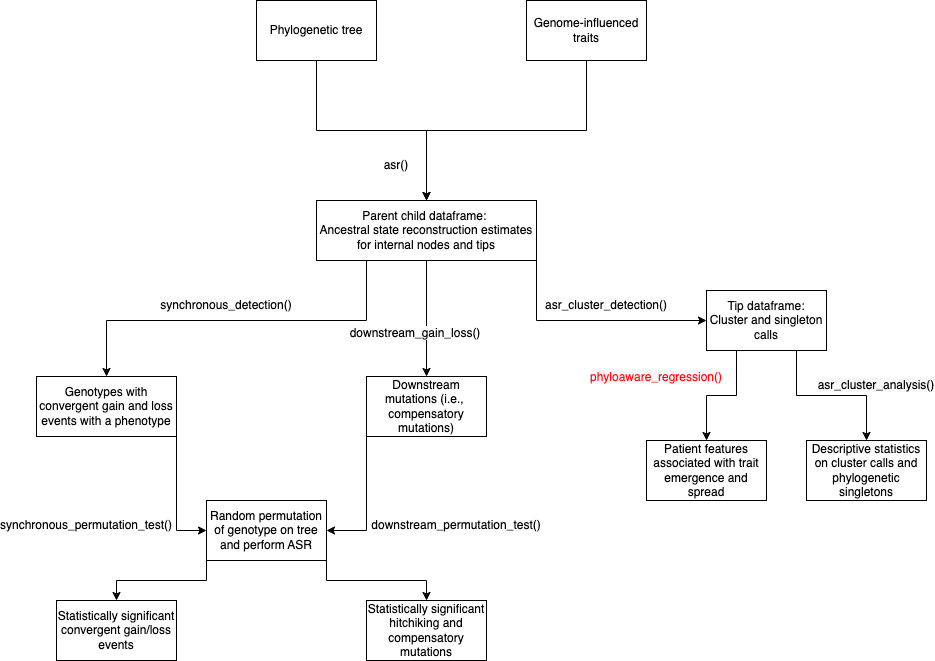
This is design_documents/Phylosuite.drawio.png from kylegontjes/phyloAMR, a draw.io export, as it was before one commit. Source tidied: cells renumbered, new cells last; positions are measured from the earlier drawing's top-left corner, leaving out a move shared by most shapes.
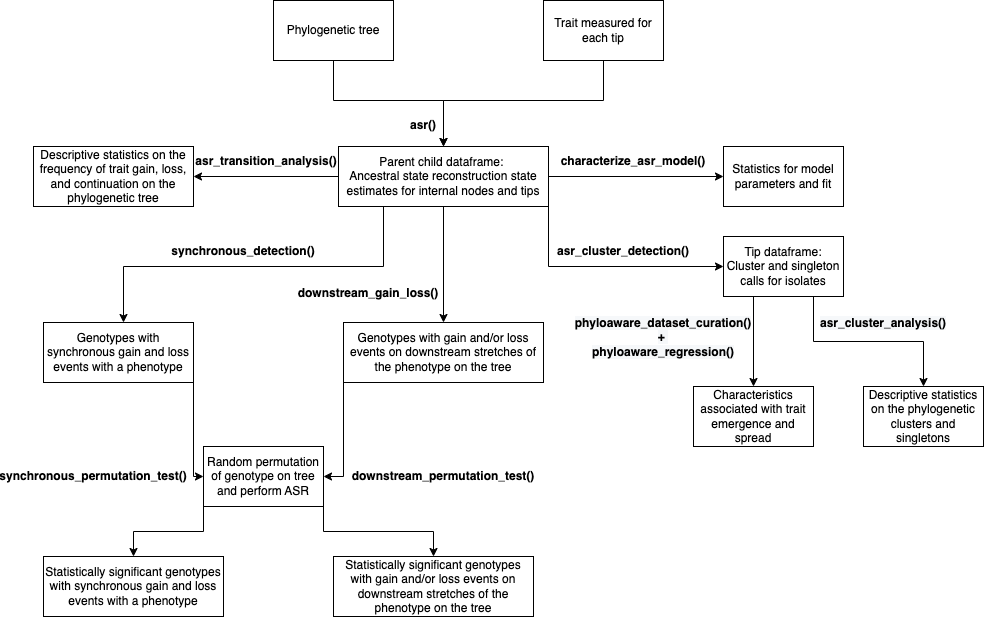
The same file after the commit.

Diff of the diagram source:
```diff
@@ -3,7 +3,12 @@
     <mxCell id="0" />
     <mxCell id="1" parent="0" />
     <mxCell id="2" style="edgeStyle=orthogonalEdgeStyle;rounded=0;jettySize=auto;html=1;exitX=0.5;exitY=1;exitDx=0;exitDy=0;" parent="1" edge="1" source="3" target="7">
-      <mxGeometry relative="1" as="geometry" />
+      <mxGeometry relative="1" as="geometry">
+        <Array as="points">
+          <mxPoint x="280" y="100" />
+          <mxPoint x="390" y="100" />
+        </Array>
+      </mxGeometry>
     </mxCell>
     <mxCell id="3" value="Phylogenetic tree" style="rounded=0;whiteSpace=wrap;html=1;" parent="1" vertex="1">
       <mxGeometry x="220" width="120" height="60" as="geometry" />
@@ -14,71 +19,82 @@
     <mxCell id="5" style="edgeStyle=orthogonalEdgeStyle;rounded=0;jettySize=auto;html=1;exitX=0;exitY=1;exitDx=0;exitDy=0;" parent="1" edge="1" source="7" target="12">
       <mxGeometry relative="1" as="geometry">
         <Array as="points">
-          <mxPoint x="330" y="320" />
-          <mxPoint x="70" y="320" />
+          <mxPoint x="330" y="266" />
+          <mxPoint x="70" y="266" />
         </Array>
       </mxGeometry>
     </mxCell>
     <mxCell id="6" style="edgeStyle=orthogonalEdgeStyle;rounded=0;jettySize=auto;html=1;exitX=0.5;exitY=1;exitDx=0;exitDy=0;" parent="1" edge="1" source="7" target="17">
       <mxGeometry relative="1" as="geometry" />
     </mxCell>
+    <mxCell id="32" style="edgeStyle=orthogonalEdgeStyle;rounded=0;jettySize=auto;html=1;" parent="1" edge="1" source="7" target="34">
+      <mxGeometry relative="1" as="geometry" />
+    </mxCell>
+    <mxCell id="33" style="edgeStyle=orthogonalEdgeStyle;rounded=0;jettySize=auto;html=1;" parent="1" edge="1" source="7" target="36">
+      <mxGeometry relative="1" as="geometry" />
+    </mxCell>
-    <mxCell id="7" value="Parent child dataframe:&amp;nbsp;&lt;div&gt;Ancestral state reconstruction estimates for internal nodes and tips&lt;/div&gt;" style="rounded=0;whiteSpace=wrap;html=1;" parent="1" vertex="1">
-      <mxGeometry x="280" y="200" width="220" height="60" as="geometry" />
+    <mxCell id="7" value="Parent child dataframe:&amp;nbsp;&lt;div&gt;Ancestral state reconstruction state estimates for internal nodes and tips&lt;/div&gt;" style="rounded=0;whiteSpace=wrap;html=1;" parent="1" vertex="1">
+      <mxGeometry x="285" y="146" width="210" height="60" as="geometry" />
     </mxCell>
-    <mxCell id="8" value="asr()" style="text;strokeColor=none;align=center;fillColor=none;html=1;verticalAlign=middle;whiteSpace=wrap;rounded=0;" parent="1" vertex="1">
-      <mxGeometry x="330" y="150" width="60" height="30" as="geometry" />
+    <mxCell id="8" value="asr()" style="text;strokeColor=none;align=center;fillColor=none;html=1;verticalAlign=middle;whiteSpace=wrap;rounded=0;fontStyle=1;" parent="1" vertex="1">
+      <mxGeometry x="340" y="110" width="60" height="30" as="geometry" />
     </mxCell>
-    <mxCell id="9" value="Descriptive statistics on cluster calls and phylogenetic singletons" style="rounded=0;whiteSpace=wrap;html=1;" parent="1" vertex="1">
-      <mxGeometry x="770" y="440" width="120" height="60" as="geometry" />
+    <mxCell id="9" value="Descriptive statistics on the phylogenetic clusters and singletons" style="rounded=0;whiteSpace=wrap;html=1;" parent="1" vertex="1">
+      <mxGeometry x="810" y="386" width="120" height="60" as="geometry" />
     </mxCell>
-    <mxCell id="10" value="asr_cluster_detection()" style="text;strokeColor=none;align=center;fillColor=none;html=1;verticalAlign=middle;whiteSpace=wrap;rounded=0;" parent="1" vertex="1">
-      <mxGeometry x="540" y="290" width="60" height="30" as="geometry" />
+    <mxCell id="10" value="asr_cluster_detection()" style="text;strokeColor=none;align=center;fillColor=none;html=1;verticalAlign=middle;whiteSpace=wrap;rounded=0;fontStyle=1;" parent="1" vertex="1">
+      <mxGeometry x="540" y="236" width="60" height="30" as="geometry" />
     </mxCell>
     <mxCell id="11" style="edgeStyle=orthogonalEdgeStyle;rounded=0;jettySize=auto;html=1;exitX=1;exitY=1;exitDx=0;exitDy=0;entryX=0;entryY=0.5;entryDx=0;entryDy=0;" parent="1" edge="1" source="12" target="27">
       <mxGeometry relative="1" as="geometry">
         <Array as="points">
-          <mxPoint x="140" y="530" />
+          <mxPoint x="140" y="476" />
         </Array>
       </mxGeometry>
     </mxCell>
-    <mxCell id="12" value="Genotypes with convergent gain and loss events with a phenotype" style="rounded=0;whiteSpace=wrap;html=1;textDirection=ltr;horizontal=1;verticalAlign=middle;" parent="1" vertex="1">
-      <mxGeometry y="376" width="140" height="60" as="geometry" />
+    <mxCell id="12" value="Genotypes with synchronous gain and loss events with a phenotype" style="rounded=0;whiteSpace=wrap;html=1;textDirection=ltr;horizontal=1;verticalAlign=middle;" parent="1" vertex="1">
+      <mxGeometry x="-10" y="322" width="150" height="60" as="geometry" />
     </mxCell>
-    <mxCell id="13" value="&lt;span style=&quot;text-align: start; background-color: rgb(255, 255, 255);&quot;&gt;&lt;font style=&quot;color: rgb(0, 0, 0);&quot; face=&quot;Helvetica&quot;&gt;synchronous_detection()&lt;/font&gt;&lt;/span&gt;" style="text;strokeColor=none;align=center;fillColor=none;html=1;verticalAlign=middle;whiteSpace=wrap;rounded=0;fontColor=#FF0000;" parent="1" vertex="1">
-      <mxGeometry x="160" y="290" width="60" height="30" as="geometry" />
+    <mxCell id="13" value="&lt;span style=&quot;text-align: start; background-color: rgb(255, 255, 255);&quot;&gt;&lt;font face=&quot;Helvetica&quot; style=&quot;color: rgb(0, 0, 0);&quot;&gt;synchronous_detection()&lt;/font&gt;&lt;/span&gt;" style="text;strokeColor=none;align=center;fillColor=none;html=1;verticalAlign=middle;whiteSpace=wrap;rounded=0;fontColor=#FF0000;fontStyle=1;" parent="1" vertex="1">
+      <mxGeometry x="160" y="236" width="60" height="30" as="geometry" />
     </mxCell>
-    <mxCell id="14" value="Patient features associated with trait emergence and spread" style="rounded=0;whiteSpace=wrap;html=1;" parent="1" vertex="1">
-      <mxGeometry x="610" y="440" width="120" height="60" as="geometry" />
+    <mxCell id="14" value="Characteristics associated with trait emergence and spread" style="rounded=0;whiteSpace=wrap;html=1;" parent="1" vertex="1">
+      <mxGeometry x="640" y="386" width="120" height="60" as="geometry" />
     </mxCell>
-    <mxCell id="15" value="&lt;span style=&quot;text-align: start; background-color: rgb(246, 248, 250);&quot;&gt;&lt;font style=&quot;&quot; face=&quot;Helvetica&quot;&gt;phyloaware_regression()&lt;/font&gt;&lt;/span&gt;" style="text;strokeColor=none;align=center;fillColor=none;html=1;verticalAlign=middle;whiteSpace=wrap;rounded=0;fontColor=#FF0C0C;" parent="1" vertex="1">
-      <mxGeometry x="590" y="362" width="60" height="30" as="geometry" />
+    <mxCell id="15" value="&lt;div&gt;&lt;span style=&quot;text-align: start; background-color: rgb(246, 248, 250);&quot;&gt;&lt;font face=&quot;Helvetica&quot; style=&quot;color: rgb(0, 0, 0);&quot;&gt;phyloaware_dataset_curation()&lt;/font&gt;&lt;/span&gt;&lt;/div&gt;&lt;div&gt;&lt;span style=&quot;text-align: start; background-color: rgb(246, 248, 250);&quot;&gt;&lt;font face=&quot;Helvetica&quot; style=&quot;color: rgb(0, 0, 0);&quot;&gt;+&amp;nbsp;&lt;/font&gt;&lt;/span&gt;&lt;/div&gt;&lt;span style=&quot;text-align: start; background-color: rgb(246, 248, 250);&quot;&gt;&lt;font face=&quot;Helvetica&quot; style=&quot;color: rgb(0, 0, 0);&quot;&gt;phyloaware_regression()&lt;/font&gt;&lt;/span&gt;" style="text;strokeColor=none;align=center;fillColor=none;html=1;verticalAlign=middle;whiteSpace=wrap;rounded=0;fontColor=#FF0C0C;fontStyle=1;" parent="1" vertex="1">
+      <mxGeometry x="580" y="322" width="60" height="30" as="geometry" />
     </mxCell>
     <mxCell id="16" style="edgeStyle=orthogonalEdgeStyle;rounded=0;jettySize=auto;html=1;exitX=0;exitY=1;exitDx=0;exitDy=0;entryX=1;entryY=0.5;entryDx=0;entryDy=0;" parent="1" edge="1" source="17" target="27">
       <mxGeometry relative="1" as="geometry" />
     </mxCell>
-    <mxCell id="17" value="Downstream mutations (i.e.,&amp;nbsp; compensatory mutations)" style="whiteSpace=wrap;html=1;" parent="1" vertex="1">
-      <mxGeometry x="330" y="376" width="120" height="60" as="geometry" />
+    <mxCell id="17" value="Genotypes with gain and/or loss events on downstream stretches of the phenotype on the tree" style="whiteSpace=wrap;html=1;" parent="1" vertex="1">
+      <mxGeometry x="290" y="322" width="200" height="60" as="geometry" />
     </mxCell>
-    <mxCell id="18" value="&lt;div style=&quot;text-align: start;&quot;&gt;&lt;font style=&quot;background-color: light-dark(rgb(255, 255, 255), rgb(255, 138, 138)); color: rgb(0, 0, 0);&quot;&gt;downstream_gain_loss()&lt;/font&gt;&lt;/div&gt;" style="text;strokeColor=none;align=center;fillColor=none;html=1;verticalAlign=middle;whiteSpace=wrap;rounded=0;fontColor=#FF0C0C;" parent="1" vertex="1">
-      <mxGeometry x="349" y="318" width="60" height="30" as="geometry" />
+    <mxCell id="18" value="&lt;div style=&quot;text-align: start;&quot;&gt;&lt;font style=&quot;background-color: light-dark(rgb(255, 255, 255), rgb(255, 138, 138)); color: rgb(0, 0, 0);&quot;&gt;downstream_gain_loss()&lt;/font&gt;&lt;/div&gt;" style="text;strokeColor=none;align=center;fillColor=none;html=1;verticalAlign=middle;whiteSpace=wrap;rounded=0;fontColor=#FF0C0C;fontStyle=1;" parent="1" vertex="1">
+      <mxGeometry x="285" y="278" width="60" height="30" as="geometry" />
     </mxCell>
     <mxCell id="19" style="edgeStyle=orthogonalEdgeStyle;rounded=0;jettySize=auto;html=1;exitX=0.5;exitY=1;exitDx=0;exitDy=0;entryX=0.5;entryY=0;entryDx=0;entryDy=0;" parent="1" edge="1" source="20" target="7">
-      <mxGeometry relative="1" as="geometry" />
+      <mxGeometry relative="1" as="geometry">
+        <Array as="points">
+          <mxPoint x="550" y="100" />
+          <mxPoint x="390" y="100" />
+        </Array>
+      </mxGeometry>
     </mxCell>
-    <mxCell id="20" value="Genome-influenced traits" style="rounded=0;whiteSpace=wrap;html=1;" parent="1" vertex="1">
+    <mxCell id="20" value="Trait measured for each tip" style="rounded=0;whiteSpace=wrap;html=1;" parent="1" vertex="1">
       <mxGeometry x="490" width="120" height="60" as="geometry" />
     </mxCell>
-    <mxCell id="21" value="Statistically significant convergent gain/loss events" style="rounded=0;whiteSpace=wrap;html=1;" parent="1" vertex="1">
-      <mxGeometry x="20" y="600" width="120" height="60" as="geometry" />
+    <mxCell id="21" value="Statistically significant genotypes with synchronous gain and loss events with a phenotype" style="rounded=0;whiteSpace=wrap;html=1;" parent="1" vertex="1">
+      <mxGeometry x="-10" y="556" width="180" height="60" as="geometry" />
     </mxCell>
-    <mxCell id="22" value="Statistically significant hitchiking and compensatory mutations" style="rounded=0;whiteSpace=wrap;html=1;" parent="1" vertex="1">
-      <mxGeometry x="330" y="600" width="120" height="60" as="geometry" />
+    <mxCell id="22" value="Statistically significant genotypes with gain and/or loss events on downstream stretches of the phenotype on the tree" style="rounded=0;whiteSpace=wrap;html=1;" parent="1" vertex="1">
+      <mxGeometry x="280" y="556" width="200" height="60" as="geometry" />
     </mxCell>
-    <mxCell id="23" value="&lt;span&gt;&lt;font style=&quot;color: rgb(0, 0, 0);&quot;&gt;synchronous_permutation_test()&lt;/font&gt;&lt;/span&gt;" style="text;strokeColor=none;align=center;fillColor=none;html=1;verticalAlign=middle;whiteSpace=wrap;rounded=0;" parent="1" vertex="1">
-      <mxGeometry x="20" y="510" width="60" height="30" as="geometry" />
+    <mxCell id="23" value="&lt;span&gt;&lt;font style=&quot;color: rgb(0, 0, 0);&quot;&gt;synchronous_permutation_test()&lt;/font&gt;&lt;/span&gt;" style="text;strokeColor=none;align=center;fillColor=none;html=1;verticalAlign=middle;whiteSpace=wrap;rounded=0;fontStyle=1;" parent="1" vertex="1">
+      <mxGeometry x="10" y="461" width="60" height="30" as="geometry" />
     </mxCell>
-    <mxCell id="24" value="&lt;span&gt;&lt;font style=&quot;color: rgb(0, 0, 0);&quot;&gt;downstream_permutation_test()&lt;/font&gt;&lt;/span&gt;" style="text;strokeColor=none;align=center;fillColor=none;html=1;verticalAlign=middle;whiteSpace=wrap;rounded=0;" parent="1" vertex="1">
-      <mxGeometry x="390" y="510" width="60" height="30" as="geometry" />
+    <mxCell id="24" value="&lt;span&gt;&lt;font style=&quot;color: rgb(0, 0, 0);&quot;&gt;downstream_permutation_test()&lt;/font&gt;&lt;/span&gt;" style="text;strokeColor=none;align=center;fillColor=none;html=1;verticalAlign=middle;whiteSpace=wrap;rounded=0;fontStyle=1;" parent="1" vertex="1">
+      <mxGeometry x="360" y="461" width="60" height="30" as="geometry" />
     </mxCell>
     <mxCell id="25" style="edgeStyle=orthogonalEdgeStyle;rounded=0;jettySize=auto;html=1;exitX=0;exitY=1;exitDx=0;exitDy=0;" parent="1" edge="1" source="27" target="21">
       <mxGeometry relative="1" as="geometry" />
@@ -87,7 +103,7 @@
       <mxGeometry relative="1" as="geometry" />
     </mxCell>
     <mxCell id="27" value="Random permutation of genotype on tree and perform ASR" style="rounded=0;whiteSpace=wrap;html=1;" parent="1" vertex="1">
-      <mxGeometry x="170" y="500" width="120" height="60" as="geometry" />
+      <mxGeometry x="150" y="446" width="120" height="60" as="geometry" />
     </mxCell>
     <mxCell id="28" style="edgeStyle=orthogonalEdgeStyle;rounded=0;jettySize=auto;html=1;exitX=0.25;exitY=1;exitDx=0;exitDy=0;" parent="1" edge="1" source="30" target="14">
       <mxGeometry relative="1" as="geometry" />
@@ -95,11 +111,23 @@
     <mxCell id="29" style="edgeStyle=orthogonalEdgeStyle;rounded=0;jettySize=auto;html=1;exitX=0.75;exitY=1;exitDx=0;exitDy=0;" parent="1" edge="1" source="30" target="9">
       <mxGeometry relative="1" as="geometry" />
     </mxCell>
-    <mxCell id="30" value="Tip dataframe: Cluster and singleton calls" style="rounded=0;whiteSpace=wrap;html=1;" parent="1" vertex="1">
-      <mxGeometry x="670" y="290" width="120" height="60" as="geometry" />
+    <mxCell id="30" value="Tip dataframe: Cluster and singleton calls for isolates" style="rounded=0;whiteSpace=wrap;html=1;" parent="1" vertex="1">
+      <mxGeometry x="670" y="236" width="120" height="60" as="geometry" />
     </mxCell>
-    <mxCell id="31" value="&lt;span style=&quot;text-align: start; background-color: rgb(246, 248, 250);&quot;&gt;&lt;font style=&quot;color: rgb(0, 0, 0);&quot; face=&quot;Helvetica&quot;&gt;asr_cluster_analysis()&lt;/font&gt;&lt;/span&gt;" style="text;strokeColor=none;align=center;fillColor=none;html=1;verticalAlign=middle;whiteSpace=wrap;rounded=0;fontColor=#FF0C0C;" parent="1" vertex="1">
-      <mxGeometry x="810" y="370" width="60" height="30" as="geometry" />
+    <mxCell id="31" value="&lt;span style=&quot;text-align: start; background-color: rgb(246, 248, 250);&quot;&gt;&lt;font face=&quot;Helvetica&quot; style=&quot;color: rgb(0, 0, 0);&quot;&gt;asr_cluster_analysis()&lt;/font&gt;&lt;/span&gt;" style="text;strokeColor=none;align=center;fillColor=none;html=1;verticalAlign=middle;whiteSpace=wrap;rounded=0;fontColor=#FF0C0C;fontStyle=1;" parent="1" vertex="1">
+      <mxGeometry x="800" y="308" width="60" height="30" as="geometry" />
     </mxCell>
+    <mxCell id="34" value="Descriptive statistics on the frequency of trait gain, loss, and continuation on the phylogenetic tree" style="whiteSpace=wrap;html=1;rounded=0;" parent="1" vertex="1">
+      <mxGeometry x="-20" y="146" width="160" height="60" as="geometry" />
+    </mxCell>
+    <mxCell id="35" value="asr_transition_analysis()" style="text;strokeColor=none;align=center;fillColor=none;html=1;verticalAlign=middle;whiteSpace=wrap;rounded=0;fontStyle=1;" parent="1" vertex="1">
+      <mxGeometry x="183" y="146" width="60" height="30" as="geometry" />
+    </mxCell>
+    <mxCell id="36" value="Statistics for model parameters and fit" style="whiteSpace=wrap;html=1;rounded=0;" parent="1" vertex="1">
+      <mxGeometry x="670" y="146" width="120" height="60" as="geometry" />
+    </mxCell>
+    <mxCell id="37" value="characterize_asr_model()" style="text;strokeColor=none;align=center;fillColor=none;html=1;verticalAlign=middle;whiteSpace=wrap;rounded=0;fontStyle=1;" parent="1" vertex="1">
+      <mxGeometry x="550" y="146" width="60" height="30" as="geometry" />
+    </mxCell>
   </root>
 </mxGraphModel>
```
